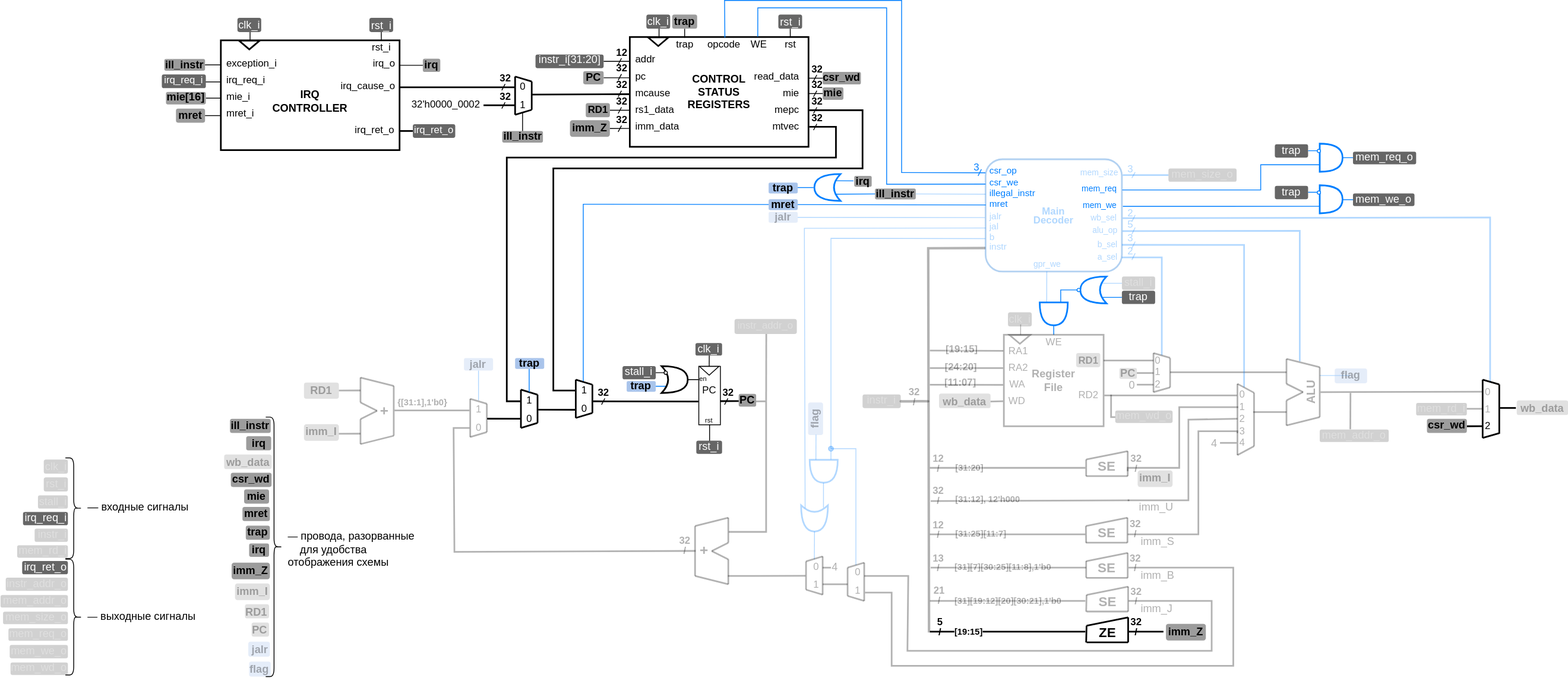
Earlier version of the draw.io export .pic/Labs/lab_11_irq_integration/fig_01.drawio.svg (MPSU/APS). Source tidied: cells renumbered, new cells last; positions are measured from the earlier drawing's top-left corner, leaving out a move shared by most shapes.
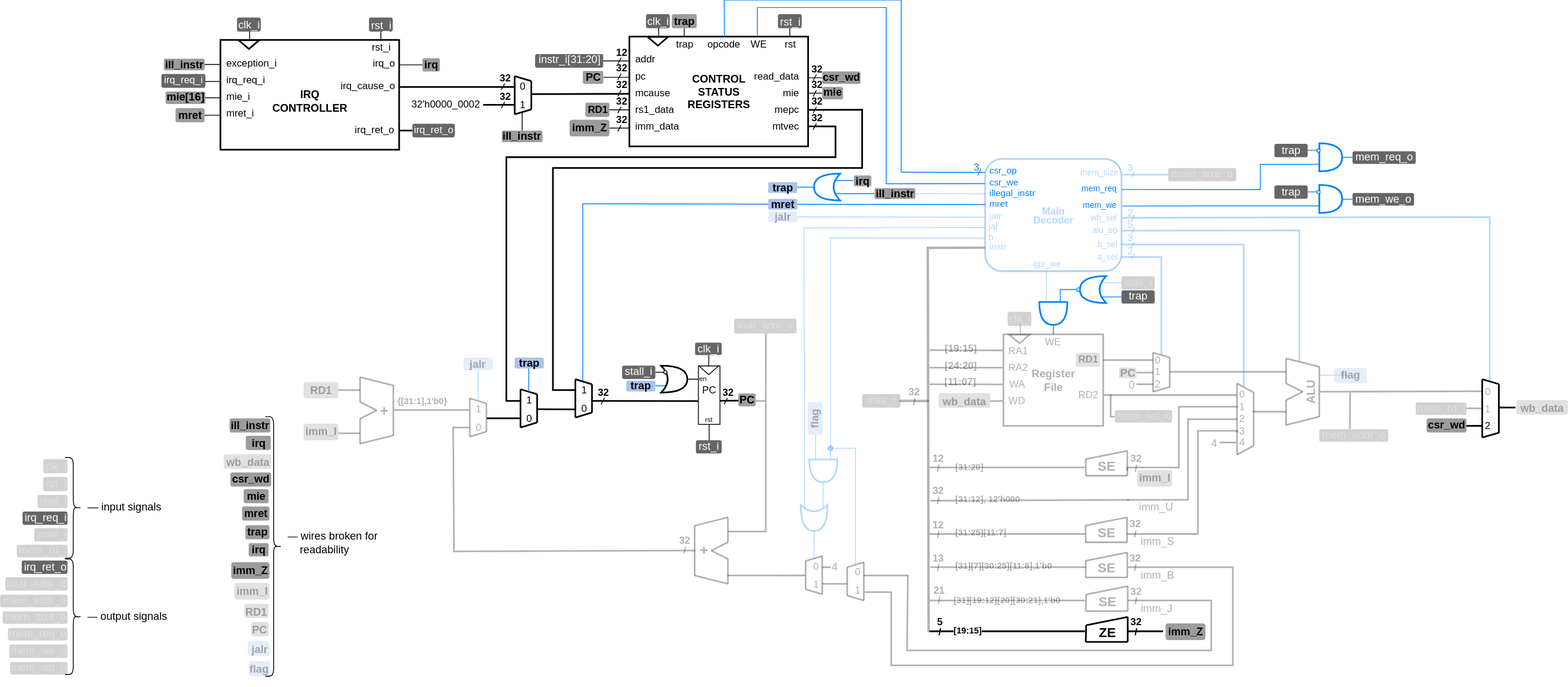
Later version of the same file.

What changed in the source:
```diff
@@ -927,13 +927,13 @@
     <mxCell id="188" style="shape=curlyBracket;whiteSpace=wrap;html=1;rounded=1;flipH=1;labelPosition=right;verticalLabelPosition=middle;align=left;verticalAlign=middle;spacingRight=1;strokeOpacity=100;fillOpacity=100;" parent="1" vertex="1">
       <mxGeometry x="78" y="550" width="20" height="121" as="geometry" />
     </mxCell>
-    <mxCell id="189" value="&lt;span style=&quot;color: rgb(0, 0, 0); font-family: Helvetica; font-size: 13px; font-style: normal; font-variant-ligatures: normal; font-variant-caps: normal; font-weight: 400; letter-spacing: normal; orphans: 2; text-align: center; text-indent: 0px; text-transform: none; widows: 2; word-spacing: 0px; -webkit-text-stroke-width: 0px; text-decoration-thickness: initial; text-decoration-style: initial; text-decoration-color: initial; float: none; display: inline !important;&quot;&gt;— входные сигналы&lt;/span&gt;" style="text;whiteSpace=wrap;html=1;labelBackgroundColor=none;strokeOpacity=100;fillOpacity=100;" parent="1" vertex="1">
+    <mxCell id="189" value="&lt;span style=&quot;color: rgb(0, 0, 0); font-family: Helvetica; font-size: 13px; font-style: normal; font-variant-ligatures: normal; font-variant-caps: normal; font-weight: 400; letter-spacing: normal; orphans: 2; text-align: center; text-indent: 0px; text-transform: none; widows: 2; word-spacing: 0px; -webkit-text-stroke-width: 0px; text-decoration-thickness: initial; text-decoration-style: initial; text-decoration-color: initial; float: none; display: inline !important;&quot;&gt;— input signals&lt;/span&gt;" style="text;whiteSpace=wrap;html=1;labelBackgroundColor=none;strokeOpacity=100;fillOpacity=100;" parent="1" vertex="1">
       <mxGeometry x="103" y="595" width="133" height="29" as="geometry" />
     </mxCell>
     <mxCell id="190" style="shape=curlyBracket;whiteSpace=wrap;html=1;rounded=1;flipH=1;labelPosition=right;verticalLabelPosition=middle;align=left;verticalAlign=middle;spacingRight=1;strokeOpacity=100;fillOpacity=100;" parent="1" vertex="1">
       <mxGeometry x="78" y="672" width="20" height="139" as="geometry" />
     </mxCell>
-    <mxCell id="191" value="—&lt;span style=&quot;color: rgb(0, 0, 0); font-family: Helvetica; font-size: 13px; font-style: normal; font-variant-ligatures: normal; font-variant-caps: normal; font-weight: 400; letter-spacing: normal; orphans: 2; text-align: center; text-indent: 0px; text-transform: none; widows: 2; word-spacing: 0px; -webkit-text-stroke-width: 0px; text-decoration-thickness: initial; text-decoration-style: initial; text-decoration-color: initial; float: none; display: inline !important;&quot;&gt; выходные сигналы&lt;/span&gt;" style="text;whiteSpace=wrap;html=1;labelBackgroundColor=none;strokeOpacity=100;fillOpacity=100;" parent="1" vertex="1">
+    <mxCell id="191" value="—&lt;span style=&quot;color: rgb(0, 0, 0); font-family: Helvetica; font-size: 13px; font-style: normal; font-variant-ligatures: normal; font-variant-caps: normal; font-weight: 400; letter-spacing: normal; orphans: 2; text-align: center; text-indent: 0px; text-transform: none; widows: 2; word-spacing: 0px; -webkit-text-stroke-width: 0px; text-decoration-thickness: initial; text-decoration-style: initial; text-decoration-color: initial; float: none; display: inline !important;&quot;&gt; output signals&lt;/span&gt;&lt;div&gt;&lt;span style=&quot;color: rgb(0, 0, 0); font-family: Helvetica; font-size: 13px; font-style: normal; font-variant-ligatures: normal; font-variant-caps: normal; font-weight: 400; letter-spacing: normal; orphans: 2; text-align: center; text-indent: 0px; text-transform: none; widows: 2; word-spacing: 0px; -webkit-text-stroke-width: 0px; text-decoration-thickness: initial; text-decoration-style: initial; text-decoration-color: initial; float: none; display: inline !important;&quot;&gt;&lt;br&gt;&lt;/span&gt;&lt;/div&gt;" style="text;whiteSpace=wrap;html=1;labelBackgroundColor=none;strokeOpacity=100;fillOpacity=100;" parent="1" vertex="1">
       <mxGeometry x="103" y="726" width="133" height="29" as="geometry" />
     </mxCell>
     <mxCell id="192" value="&lt;font style=&quot;font-size: 13px;&quot;&gt;mem_req_o&lt;/font&gt;" style="text;html=1;strokeColor=none;fillColor=#666666;align=right;verticalAlign=middle;whiteSpace=wrap;rounded=1;comic=0;fontColor=#FFFFFF;jiggle=0.5;spacing=0;spacingBottom=3;fontSize=13;fontStyle=0;spacingRight=1;strokeOpacity=30;fillOpacity=30;textOpacity=30;" parent="1" vertex="1">
@@ -951,7 +951,7 @@
     <mxCell id="196" style="shape=curlyBracket;whiteSpace=wrap;html=1;rounded=1;flipH=1;labelPosition=right;verticalLabelPosition=middle;align=left;verticalAlign=middle;strokeOpacity=100;fillOpacity=100;" parent="1" vertex="1">
       <mxGeometry x="319" y="501" width="20" height="312" as="geometry" />
     </mxCell>
-    <mxCell id="197" value="—&lt;span style=&quot;color: rgb(0, 0, 0); font-family: Helvetica; font-size: 13px; font-style: normal; font-variant-ligatures: normal; font-variant-caps: normal; font-weight: 400; letter-spacing: normal; orphans: 2; text-align: center; text-indent: 0px; text-transform: none; widows: 2; word-spacing: 0px; -webkit-text-stroke-width: 0px; text-decoration-thickness: initial; text-decoration-style: initial; text-decoration-color: initial; float: none; display: inline !important;&quot;&gt; провода, разорванные&amp;nbsp; &amp;nbsp; &amp;nbsp; &amp;nbsp; для удобства&amp;nbsp; &amp;nbsp; &amp;nbsp; &amp;nbsp; &amp;nbsp; &amp;nbsp; &amp;nbsp; &amp;nbsp; &amp;nbsp; &amp;nbsp; отображения схемы&lt;/span&gt;" style="text;whiteSpace=wrap;html=1;labelBackgroundColor=none;strokeOpacity=100;fillOpacity=100;" parent="1" vertex="1">
+    <mxCell id="197" value="—&lt;span style=&quot;color: rgb(0, 0, 0); font-family: Helvetica; font-size: 13px; font-style: normal; font-variant-ligatures: normal; font-variant-caps: normal; font-weight: 400; letter-spacing: normal; orphans: 2; text-align: center; text-indent: 0px; text-transform: none; widows: 2; word-spacing: 0px; -webkit-text-stroke-width: 0px; text-decoration-thickness: initial; text-decoration-style: initial; text-decoration-color: initial; float: none; display: inline !important;&quot;&gt; wires broken for&amp;nbsp; &amp;nbsp; &amp;nbsp; &amp;nbsp; &amp;nbsp; &amp;nbsp; &amp;nbsp; &amp;nbsp; &amp;nbsp; &amp;nbsp; readability&lt;/span&gt;" style="text;whiteSpace=wrap;html=1;labelBackgroundColor=none;strokeOpacity=100;fillOpacity=100;" parent="1" vertex="1">
       <mxGeometry x="344" y="630" width="166" height="74" as="geometry" />
     </mxCell>
     <mxCell id="198" value="&lt;font style=&quot;font-size: 13px;&quot;&gt;PC&lt;/font&gt;" style="text;html=1;strokeColor=none;fillColor=#9C9C9C;align=right;verticalAlign=middle;whiteSpace=wrap;rounded=1;fontSize=13;fontColor=#000000;comic=0;jiggle=0.5;fontStyle=1;strokeOpacity=30;fillOpacity=30;textOpacity=30;" parent="1" vertex="1">
```
